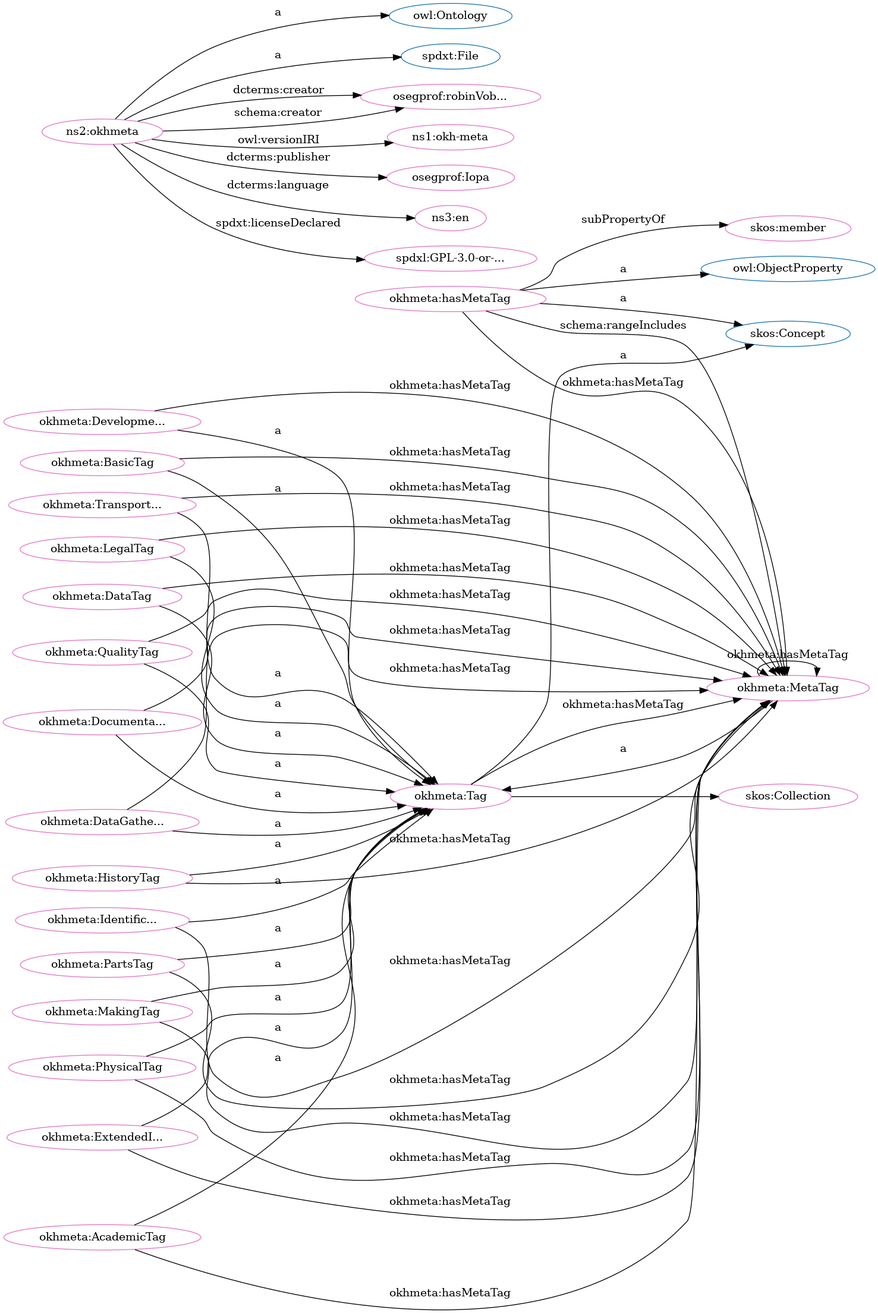
The Graphviz diagram src/spec/dot_okh-meta.png in iop-alliance/OpenKnowHow, before a commit. Its source is kept beside it as src/spec/dot_okh-meta.dot.
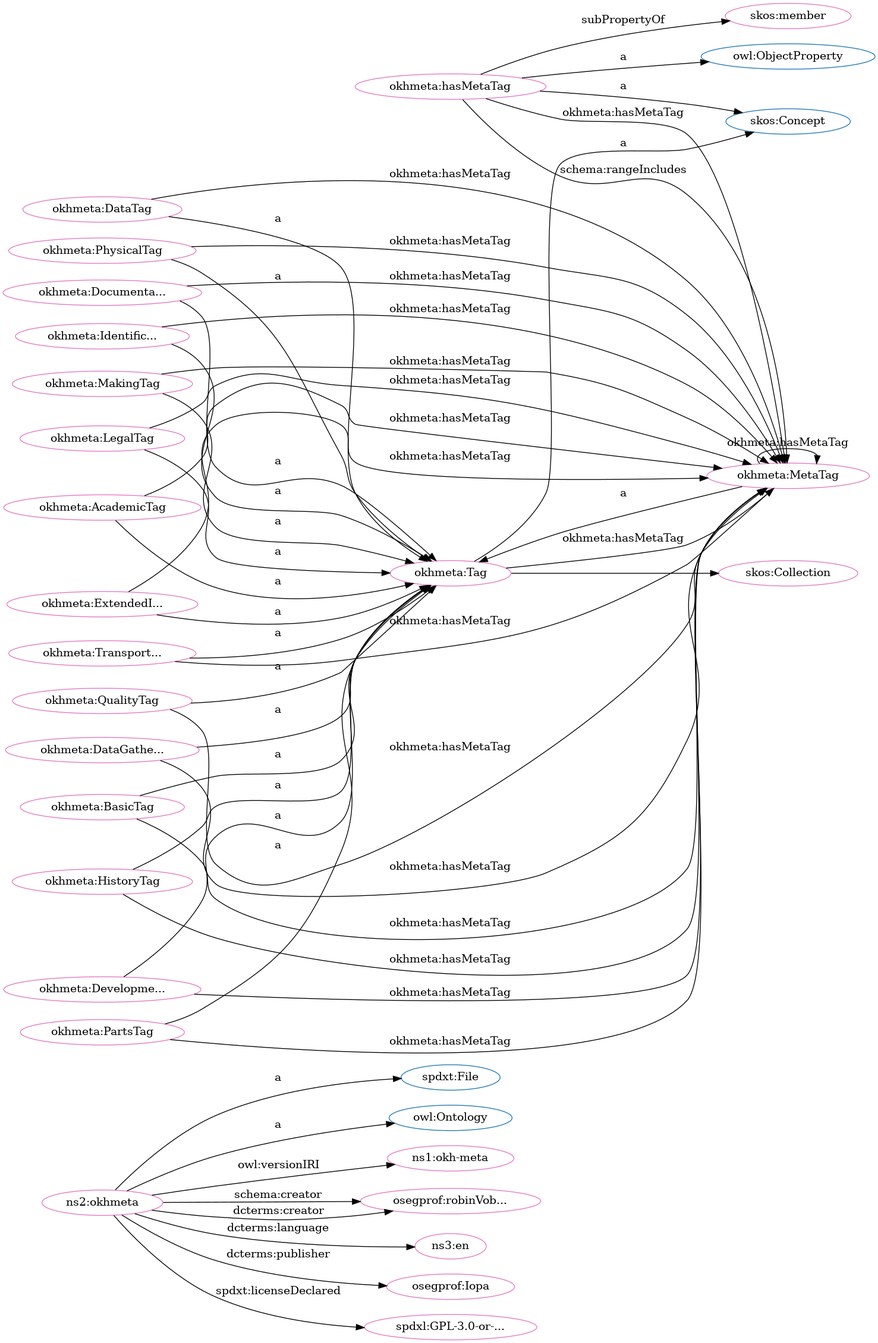
The same file after the commit.

What changed in the source:
```diff
@@ -1,85 +1,85 @@
 digraph G {
   rankdir=BT
   node[height=.3]
+"http://spdx.org/rdf/terms#File" [fillcolor="#1f77b4" color="#1f77b4" label="spdxt:File"]
+"https://w3id.org/oseg/ont/okhmeta#Tag" [fillcolor="#1f77b4" color="#1f77b4" label="okhmeta:Tag"]
+"http://www.w3.org/2004/02/skos/core#Collection" [fillcolor="#1f77b4" color="#1f77b4" label="skos:Collection"]
 "http://www.w3.org/2004/02/skos/core#Concept" [fillcolor="#1f77b4" color="#1f77b4" label="skos:Concept"]
 "https://w3id.org/oseg/ont/okhmeta#MetaTag" [fillcolor="#1f77b4" color="#1f77b4" label="okhmeta:MetaTag"]
-"http://www.w3.org/2004/02/skos/core#Collection" [fillcolor="#1f77b4" color="#1f77b4" label="skos:Collection"]
+"http://www.w3.org/2002/07/owl#ObjectProperty" [fillcolor="#1f77b4" color="#1f77b4" label="owl:ObjectProperty"]
 "http://www.w3.org/2002/07/owl#Ontology" [fillcolor="#1f77b4" color="#1f77b4" label="owl:Ontology"]
-"https://w3id.org/oseg/ont/okhmeta#Tag" [fillcolor="#1f77b4" color="#1f77b4" label="okhmeta:Tag"]
-"http://www.w3.org/2002/07/owl#ObjectProperty" [fillcolor="#1f77b4" color="#1f77b4" label="owl:ObjectProperty"]
-"http://spdx.org/rdf/terms#File" [fillcolor="#1f77b4" color="#1f77b4" label="spdxt:File"]
+"https://w3id.org/oseg/ont/okhmeta#MakingTag" [fillcolor="#e377c2" color="#e377c2" label="okhmeta:MakingTag"]
+"https://w3id.org/oseg/ont/okhmeta#HistoryTag" [fillcolor="#e377c2" color="#e377c2" label="okhmeta:HistoryTag"]
 "https://w3id.org/oseg/ont/okhmeta#DataTag" [fillcolor="#e377c2" color="#e377c2" label="okhmeta:DataTag"]
+"https://w3id.org/oseg/ont/okhmeta#QualityTag" [fillcolor="#e377c2" color="#e377c2" label="okhmeta:QualityTag"]
+"https://w3id.org/oseg/ont/okhmeta#MetaTag" [fillcolor="#e377c2" color="#e377c2" label="okhmeta:MetaTag"]
+"https://w3id.org/oseg/ont/1.1.0/okh-meta" [fillcolor="#e377c2" color="#e377c2" label="ns1:okh-meta"]
 "https://w3id.org/oseg/ont/oseg-profiles#robinVobruba" [fillcolor="#e377c2" color="#e377c2" label="osegprof:robinVob..."]
+"https://w3id.org/oseg/ont/okhmeta#BasicTag" [fillcolor="#e377c2" color="#e377c2" label="okhmeta:BasicTag"]
 "https://w3id.org/oseg/ont/okhmeta#PhysicalTag" [fillcolor="#e377c2" color="#e377c2" label="okhmeta:PhysicalTag"]
-"https://w3id.org/oseg/ont/okhmeta#MetaTag" [fillcolor="#e377c2" color="#e377c2" label="okhmeta:MetaTag"]
+"http://www.w3.org/2004/02/skos/core#Collection" [fillcolor="#e377c2" color="#e377c2" label="skos:Collection"]
+"https://w3id.org/oseg/ont/okhmeta#DocumentationTag" [fillcolor="#e377c2" color="#e377c2" label="okhmeta:Documenta..."]
+"https://w3id.org/oseg/ont/okhmeta#TransportationTag" [fillcolor="#e377c2" color="#e377c2" label="okhmeta:Transport..."]
+"https://w3id.org/oseg/ont/okhmeta#PartsTag" [fillcolor="#e377c2" color="#e377c2" label="okhmeta:PartsTag"]
+"https://w3id.org/oseg/ont/okhmeta#AcademicTag" [fillcolor="#e377c2" color="#e377c2" label="okhmeta:AcademicTag"]
 "https://w3id.org/oseg/ont/okhmeta#DevelopmentTag" [fillcolor="#e377c2" color="#e377c2" label="okhmeta:Developme..."]
-"https://w3id.org/oseg/ont/okhmeta#Tag" [fillcolor="#e377c2" color="#e377c2" label="okhmeta:Tag"]
-"https://w3id.org/oseg/ont/okhmeta#IdentificationTag" [fillcolor="#e377c2" color="#e377c2" label="okhmeta:Identific..."]
-"https://w3id.org/oseg/ont/okhmeta#MakingTag" [fillcolor="#e377c2" color="#e377c2" label="okhmeta:MakingTag"]
-"https://w3id.org/oseg/ont/okhmeta#BasicTag" [fillcolor="#e377c2" color="#e377c2" label="okhmeta:BasicTag"]
-"https://w3id.org/oseg/ont/1.1.0/okh-meta" [fillcolor="#e377c2" color="#e377c2" label="ns1:okh-meta"]
+"https://w3id.org/oseg/ont/okhmeta#ExtendedInfoTag" [fillcolor="#e377c2" color="#e377c2" label="okhmeta:ExtendedI..."]
 "https://w3id.org/oseg/ont/okhmeta#hasMetaTag" [fillcolor="#e377c2" color="#e377c2" label="okhmeta:hasMetaTag"]
-"https://w3id.org/oseg/ont/okhmeta#TransportationTag" [fillcolor="#e377c2" color="#e377c2" label="okhmeta:Transport..."]
-"https://w3id.org/oseg/ont/okhmeta#HistoryTag" [fillcolor="#e377c2" color="#e377c2" label="okhmeta:HistoryTag"]
 "https://w3id.org/oseg/ont/okhmeta" [fillcolor="#e377c2" color="#e377c2" label="ns2:okhmeta"]
-"http://www.w3.org/2004/02/skos/core#Collection" [fillcolor="#e377c2" color="#e377c2" label="skos:Collection"]
-"https://w3id.org/oseg/ont/oseg-profiles#Iopa" [fillcolor="#e377c2" color="#e377c2" label="osegprof:Iopa"]
-"https://w3id.org/oseg/ont/okhmeta#AcademicTag" [fillcolor="#e377c2" color="#e377c2" label="okhmeta:AcademicTag"]
-"https://w3id.org/oseg/ont/okhmeta#DocumentationTag" [fillcolor="#e377c2" color="#e377c2" label="okhmeta:Documenta..."]
-"https://w3id.org/oseg/ont/okhmeta#ExtendedInfoTag" [fillcolor="#e377c2" color="#e377c2" label="okhmeta:ExtendedI..."]
-"http://id.loc.gov/vocabulary/iso639-1/en" [fillcolor="#e377c2" color="#e377c2" label="ns3:en"]
 "http://www.w3.org/2004/02/skos/core#member" [fillcolor="#e377c2" color="#e377c2" label="skos:member"]
 "https://w3id.org/oseg/ont/okhmeta#DataGatheringTag" [fillcolor="#e377c2" color="#e377c2" label="okhmeta:DataGathe..."]
+"http://id.loc.gov/vocabulary/iso639-1/en" [fillcolor="#e377c2" color="#e377c2" label="ns3:en"]
+"https://w3id.org/oseg/ont/okhmeta#LegalTag" [fillcolor="#e377c2" color="#e377c2" label="okhmeta:LegalTag"]
+"https://w3id.org/oseg/ont/okhmeta#Tag" [fillcolor="#e377c2" color="#e377c2" label="okhmeta:Tag"]
+"https://w3id.org/oseg/ont/oseg-profiles#Iopa" [fillcolor="#e377c2" color="#e377c2" label="osegprof:Iopa"]
 "https://spdx.org/licenses/GPL-3.0-or-later" [fillcolor="#e377c2" color="#e377c2" label="spdxl:GPL-3.0-or-..."]
-"https://w3id.org/oseg/ont/okhmeta#PartsTag" [fillcolor="#e377c2" color="#e377c2" label="okhmeta:PartsTag"]
-"https://w3id.org/oseg/ont/okhmeta#QualityTag" [fillcolor="#e377c2" color="#e377c2" label="okhmeta:QualityTag"]
-"https://w3id.org/oseg/ont/okhmeta#LegalTag" [fillcolor="#e377c2" color="#e377c2" label="okhmeta:LegalTag"]
+"https://w3id.org/oseg/ont/okhmeta#IdentificationTag" [fillcolor="#e377c2" color="#e377c2" label="okhmeta:Identific..."]
+  "https://w3id.org/oseg/ont/okhmeta#MakingTag" -> "https://w3id.org/oseg/ont/okhmeta#Tag" [label="a"]
+  "https://w3id.org/oseg/ont/okhmeta#DataTag" -> "https://w3id.org/oseg/ont/okhmeta#Tag" [label="a"]
+  "https://w3id.org/oseg/ont/okhmeta#QualityTag" -> "https://w3id.org/oseg/ont/okhmeta#Tag" [label="a"]
+  "https://w3id.org/oseg/ont/okhmeta#BasicTag" -> "https://w3id.org/oseg/ont/okhmeta#Tag" [label="a"]
   "https://w3id.org/oseg/ont/okhmeta#PhysicalTag" -> "https://w3id.org/oseg/ont/okhmeta#Tag" [label="a"]
+  "https://w3id.org/oseg/ont/okhmeta#Tag" -> "http://www.w3.org/2004/02/skos/core#Collection" [label=""]
+  "https://w3id.org/oseg/ont/okhmeta#PartsTag" -> "https://w3id.org/oseg/ont/okhmeta#MetaTag" [label="okhmeta:hasMetaTag"]
+  "https://w3id.org/oseg/ont/okhmeta#AcademicTag" -> "https://w3id.org/oseg/ont/okhmeta#MetaTag" [label="okhmeta:hasMetaTag"]
+  "https://w3id.org/oseg/ont/okhmeta#hasMetaTag" -> "https://w3id.org/oseg/ont/okhmeta#MetaTag" [label="schema:rangeIncludes"]
+  "https://w3id.org/oseg/ont/okhmeta#PartsTag" -> "https://w3id.org/oseg/ont/okhmeta#Tag" [label="a"]
+  "https://w3id.org/oseg/ont/okhmeta#AcademicTag" -> "https://w3id.org/oseg/ont/okhmeta#Tag" [label="a"]
+  "https://w3id.org/oseg/ont/okhmeta#IdentificationTag" -> "https://w3id.org/oseg/ont/okhmeta#MetaTag" [label="okhmeta:hasMetaTag"]
+  "https://w3id.org/oseg/ont/okhmeta#ExtendedInfoTag" -> "https://w3id.org/oseg/ont/okhmeta#Tag" [label="a"]
+  "https://w3id.org/oseg/ont/okhmeta#MakingTag" -> "https://w3id.org/oseg/ont/okhmeta#MetaTag" [label="okhmeta:hasMetaTag"]
+  "https://w3id.org/oseg/ont/okhmeta#QualityTag" -> "https://w3id.org/oseg/ont/okhmeta#MetaTag" [label="okhmeta:hasMetaTag"]
+  "https://w3id.org/oseg/ont/okhmeta#DataGatheringTag" -> "https://w3id.org/oseg/ont/okhmeta#MetaTag" [label="okhmeta:hasMetaTag"]
+  "https://w3id.org/oseg/ont/okhmeta#BasicTag" -> "https://w3id.org/oseg/ont/okhmeta#MetaTag" [label="okhmeta:hasMetaTag"]
+  "https://w3id.org/oseg/ont/okhmeta#hasMetaTag" -> "http://www.w3.org/2004/02/skos/core#member" [label="subPropertyOf"]
+  "https://w3id.org/oseg/ont/okhmeta#DataGatheringTag" -> "https://w3id.org/oseg/ont/okhmeta#Tag" [label="a"]
   "https://w3id.org/oseg/ont/okhmeta#MetaTag" -> "https://w3id.org/oseg/ont/okhmeta#MetaTag" [label="okhmeta:hasMetaTag"]
+  "https://w3id.org/oseg/ont/okhmeta#Tag" -> "http://www.w3.org/2004/02/skos/core#Concept" [label="a"]
+  "https://w3id.org/oseg/ont/okhmeta#ExtendedInfoTag" -> "https://w3id.org/oseg/ont/okhmeta#MetaTag" [label="okhmeta:hasMetaTag"]
+  "https://w3id.org/oseg/ont/okhmeta" -> "http://spdx.org/rdf/terms#File" [label="a"]
+  "https://w3id.org/oseg/ont/okhmeta" -> "https://spdx.org/licenses/GPL-3.0-or-later" [label="spdxt:licenseDeclared"]
+  "https://w3id.org/oseg/ont/okhmeta#hasMetaTag" -> "http://www.w3.org/2002/07/owl#ObjectProperty" [label="a"]
+  "https://w3id.org/oseg/ont/okhmeta#HistoryTag" -> "https://w3id.org/oseg/ont/okhmeta#Tag" [label="a"]
+  "https://w3id.org/oseg/ont/okhmeta#DocumentationTag" -> "https://w3id.org/oseg/ont/okhmeta#MetaTag" [label="okhmeta:hasMetaTag"]
+  "https://w3id.org/oseg/ont/okhmeta" -> "https://w3id.org/oseg/ont/1.1.0/okh-meta" [label="owl:versionIRI"]
+  "https://w3id.org/oseg/ont/okhmeta" -> "https://w3id.org/oseg/ont/oseg-profiles#robinVobruba" [label="schema:creator"]
+  "https://w3id.org/oseg/ont/okhmeta#Tag" -> "https://w3id.org/oseg/ont/okhmeta#MetaTag" [label="okhmeta:hasMetaTag"]
+  "https://w3id.org/oseg/ont/okhmeta#TransportationTag" -> "https://w3id.org/oseg/ont/okhmeta#MetaTag" [label="okhmeta:hasMetaTag"]
+  "https://w3id.org/oseg/ont/okhmeta#DocumentationTag" -> "https://w3id.org/oseg/ont/okhmeta#Tag" [label="a"]
+  "https://w3id.org/oseg/ont/okhmeta#DevelopmentTag" -> "https://w3id.org/oseg/ont/okhmeta#MetaTag" [label="okhmeta:hasMetaTag"]
+  "https://w3id.org/oseg/ont/okhmeta#MetaTag" -> "https://w3id.org/oseg/ont/okhmeta#Tag" [label="a"]
+  "https://w3id.org/oseg/ont/okhmeta#TransportationTag" -> "https://w3id.org/oseg/ont/okhmeta#Tag" [label="a"]
+  "https://w3id.org/oseg/ont/okhmeta#hasMetaTag" -> "https://w3id.org/oseg/ont/okhmeta#MetaTag" [label="okhmeta:hasMetaTag"]
+  "https://w3id.org/oseg/ont/okhmeta#DevelopmentTag" -> "https://w3id.org/oseg/ont/okhmeta#Tag" [label="a"]
+  "https://w3id.org/oseg/ont/okhmeta#hasMetaTag" -> "http://www.w3.org/2004/02/skos/core#Concept" [label="a"]
+  "https://w3id.org/oseg/ont/okhmeta#LegalTag" -> "https://w3id.org/oseg/ont/okhmeta#MetaTag" [label="okhmeta:hasMetaTag"]
+  "https://w3id.org/oseg/ont/okhmeta" -> "http://www.w3.org/2002/07/owl#Ontology" [label="a"]
+  "https://w3id.org/oseg/ont/okhmeta#HistoryTag" -> "https://w3id.org/oseg/ont/okhmeta#MetaTag" [label="okhmeta:hasMetaTag"]
+  "https://w3id.org/oseg/ont/okhmeta#PhysicalTag" -> "https://w3id.org/oseg/ont/okhmeta#MetaTag" [label="okhmeta:hasMetaTag"]
   "https://w3id.org/oseg/ont/okhmeta" -> "https://w3id.org/oseg/ont/oseg-profiles#robinVobruba" [label="dcterms:creator"]
-  "https://w3id.org/oseg/ont/okhmeta#DevelopmentTag" -> "https://w3id.org/oseg/ont/okhmeta#Tag" [label="a"]
+  "https://w3id.org/oseg/ont/okhmeta" -> "http://id.loc.gov/vocabulary/iso639-1/en" [label="dcterms:language"]
+  "https://w3id.org/oseg/ont/okhmeta#LegalTag" -> "https://w3id.org/oseg/ont/okhmeta#Tag" [label="a"]
+  "https://w3id.org/oseg/ont/okhmeta" -> "https://w3id.org/oseg/ont/oseg-profiles#Iopa" [label="dcterms:publisher"]
+  "https://w3id.org/oseg/ont/okhmeta#DataTag" -> "https://w3id.org/oseg/ont/okhmeta#MetaTag" [label="okhmeta:hasMetaTag"]
   "https://w3id.org/oseg/ont/okhmeta#IdentificationTag" -> "https://w3id.org/oseg/ont/okhmeta#Tag" [label="a"]
-  "https://w3id.org/oseg/ont/okhmeta#MakingTag" -> "https://w3id.org/oseg/ont/okhmeta#Tag" [label="a"]
-  "https://w3id.org/oseg/ont/okhmeta#PartsTag" -> "https://w3id.org/oseg/ont/okhmeta#MetaTag" [label="okhmeta:hasMetaTag"]
-  "https://w3id.org/oseg/ont/okhmeta" -> "https://w3id.org/oseg/ont/1.1.0/okh-meta" [label="owl:versionIRI"]
-  "https://w3id.org/oseg/ont/okhmeta#hasMetaTag" -> "http://www.w3.org/2004/02/skos/core#Concept" [label="a"]
-  "https://w3id.org/oseg/ont/okhmeta#TransportationTag" -> "https://w3id.org/oseg/ont/okhmeta#Tag" [label="a"]
-  "https://w3id.org/oseg/ont/okhmeta" -> "http://spdx.org/rdf/terms#File" [label="a"]
-  "https://w3id.org/oseg/ont/okhmeta#Tag" -> "https://w3id.org/oseg/ont/okhmeta#MetaTag" [label="okhmeta:hasMetaTag"]
-  "https://w3id.org/oseg/ont/okhmeta#DataTag" -> "https://w3id.org/oseg/ont/okhmeta#MetaTag" [label="okhmeta:hasMetaTag"]
-  "https://w3id.org/oseg/ont/okhmeta" -> "https://w3id.org/oseg/ont/oseg-profiles#Iopa" [label="dcterms:publisher"]
-  "https://w3id.org/oseg/ont/okhmeta#BasicTag" -> "https://w3id.org/oseg/ont/okhmeta#MetaTag" [label="okhmeta:hasMetaTag"]
-  "https://w3id.org/oseg/ont/okhmeta#hasMetaTag" -> "http://www.w3.org/2002/07/owl#ObjectProperty" [label="a"]
-  "https://w3id.org/oseg/ont/okhmeta#HistoryTag" -> "https://w3id.org/oseg/ont/okhmeta#MetaTag" [label="okhmeta:hasMetaTag"]
-  "https://w3id.org/oseg/ont/okhmeta#AcademicTag" -> "https://w3id.org/oseg/ont/okhmeta#Tag" [label="a"]
-  "https://w3id.org/oseg/ont/okhmeta#MetaTag" -> "https://w3id.org/oseg/ont/okhmeta#Tag" [label="a"]
-  "https://w3id.org/oseg/ont/okhmeta#DocumentationTag" -> "https://w3id.org/oseg/ont/okhmeta#MetaTag" [label="okhmeta:hasMetaTag"]
-  "https://w3id.org/oseg/ont/okhmeta#PartsTag" -> "https://w3id.org/oseg/ont/okhmeta#Tag" [label="a"]
-  "https://w3id.org/oseg/ont/okhmeta#ExtendedInfoTag" -> "https://w3id.org/oseg/ont/okhmeta#MetaTag" [label="okhmeta:hasMetaTag"]
-  "https://w3id.org/oseg/ont/okhmeta#DataGatheringTag" -> "https://w3id.org/oseg/ont/okhmeta#MetaTag" [label="okhmeta:hasMetaTag"]
-  "https://w3id.org/oseg/ont/okhmeta#DataTag" -> "https://w3id.org/oseg/ont/okhmeta#Tag" [label="a"]
-  "https://w3id.org/oseg/ont/okhmeta" -> "https://w3id.org/oseg/ont/oseg-profiles#robinVobruba" [label="schema:creator"]
-  "https://w3id.org/oseg/ont/okhmeta#Tag" -> "http://www.w3.org/2004/02/skos/core#Concept" [label="a"]
-  "https://w3id.org/oseg/ont/okhmeta#QualityTag" -> "https://w3id.org/oseg/ont/okhmeta#MetaTag" [label="okhmeta:hasMetaTag"]
-  "https://w3id.org/oseg/ont/okhmeta#BasicTag" -> "https://w3id.org/oseg/ont/okhmeta#Tag" [label="a"]
-  "https://w3id.org/oseg/ont/okhmeta#LegalTag" -> "https://w3id.org/oseg/ont/okhmeta#MetaTag" [label="okhmeta:hasMetaTag"]
-  "https://w3id.org/oseg/ont/okhmeta#HistoryTag" -> "https://w3id.org/oseg/ont/okhmeta#Tag" [label="a"]
-  "https://w3id.org/oseg/ont/okhmeta#Tag" -> "http://www.w3.org/2004/02/skos/core#Collection" [label=""]
-  "https://w3id.org/oseg/ont/okhmeta#PhysicalTag" -> "https://w3id.org/oseg/ont/okhmeta#MetaTag" [label="okhmeta:hasMetaTag"]
-  "https://w3id.org/oseg/ont/okhmeta#DevelopmentTag" -> "https://w3id.org/oseg/ont/okhmeta#MetaTag" [label="okhmeta:hasMetaTag"]
-  "https://w3id.org/oseg/ont/okhmeta#IdentificationTag" -> "https://w3id.org/oseg/ont/okhmeta#MetaTag" [label="okhmeta:hasMetaTag"]
-  "https://w3id.org/oseg/ont/okhmeta#MakingTag" -> "https://w3id.org/oseg/ont/okhmeta#MetaTag" [label="okhmeta:hasMetaTag"]
-  "https://w3id.org/oseg/ont/okhmeta#hasMetaTag" -> "https://w3id.org/oseg/ont/okhmeta#MetaTag" [label="okhmeta:hasMetaTag"]
-  "https://w3id.org/oseg/ont/okhmeta#TransportationTag" -> "https://w3id.org/oseg/ont/okhmeta#MetaTag" [label="okhmeta:hasMetaTag"]
-  "https://w3id.org/oseg/ont/okhmeta" -> "http://www.w3.org/2002/07/owl#Ontology" [label="a"]
-  "https://w3id.org/oseg/ont/okhmeta#DocumentationTag" -> "https://w3id.org/oseg/ont/okhmeta#Tag" [label="a"]
-  "https://w3id.org/oseg/ont/okhmeta#ExtendedInfoTag" -> "https://w3id.org/oseg/ont/okhmeta#Tag" [label="a"]
-  "https://w3id.org/oseg/ont/okhmeta" -> "http://id.loc.gov/vocabulary/iso639-1/en" [label="dcterms:language"]
-  "https://w3id.org/oseg/ont/okhmeta#hasMetaTag" -> "http://www.w3.org/2004/02/skos/core#member" [label="subPropertyOf"]
-  "https://w3id.org/oseg/ont/okhmeta#hasMetaTag" -> "https://w3id.org/oseg/ont/okhmeta#MetaTag" [label="schema:rangeIncludes"]
-  "https://w3id.org/oseg/ont/okhmeta#DataGatheringTag" -> "https://w3id.org/oseg/ont/okhmeta#Tag" [label="a"]
-  "https://w3id.org/oseg/ont/okhmeta" -> "https://spdx.org/licenses/GPL-3.0-or-later" [label="spdxt:licenseDeclared"]
-  "https://w3id.org/oseg/ont/okhmeta#AcademicTag" -> "https://w3id.org/oseg/ont/okhmeta#MetaTag" [label="okhmeta:hasMetaTag"]
-  "https://w3id.org/oseg/ont/okhmeta#QualityTag" -> "https://w3id.org/oseg/ont/okhmeta#Tag" [label="a"]
-  "https://w3id.org/oseg/ont/okhmeta#LegalTag" -> "https://w3id.org/oseg/ont/okhmeta#Tag" [label="a"]
 }
```
